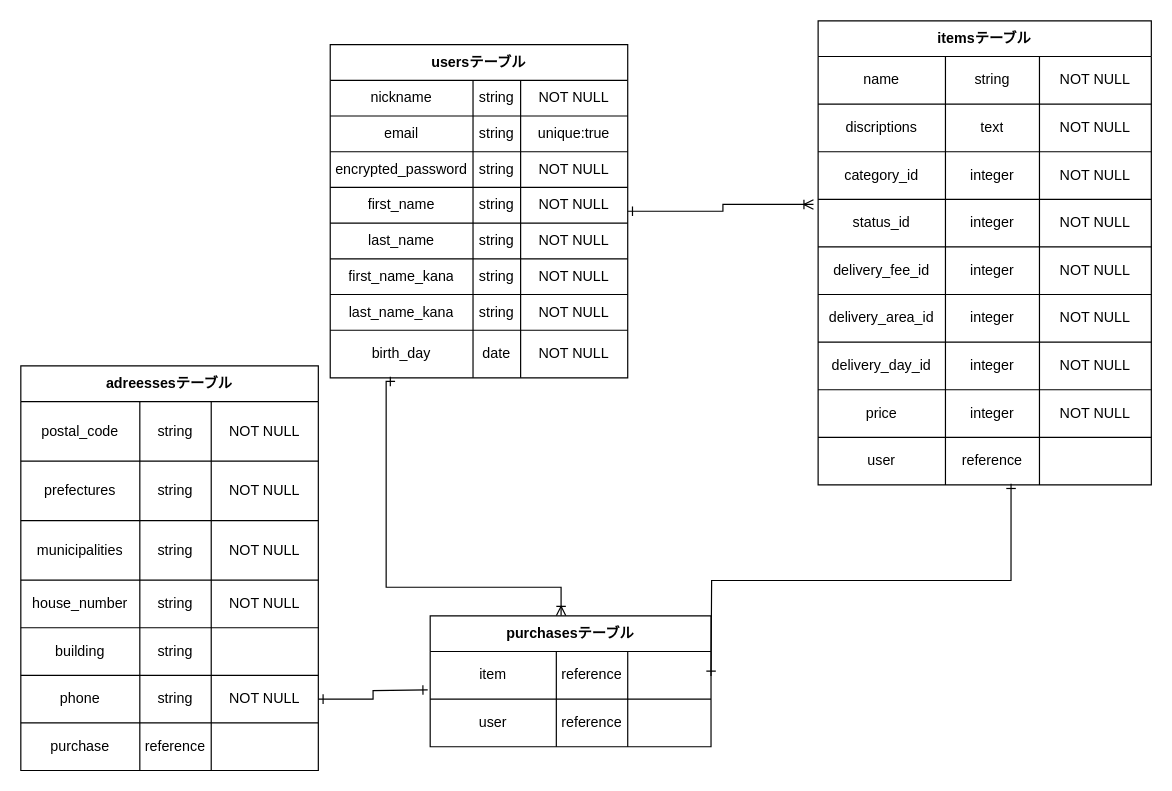
Before: furima.dio in takashi3802/furima-34451, a draw.io diagram. Source tidied: cells renumbered, new cells numbered last; positions are measured from the earlier drawing's top-left corner, leaving out a move shared by most shapes. Both pictures are drawn from the tidied source at 119%, with x=0, y=0 at pixel (20, 20).
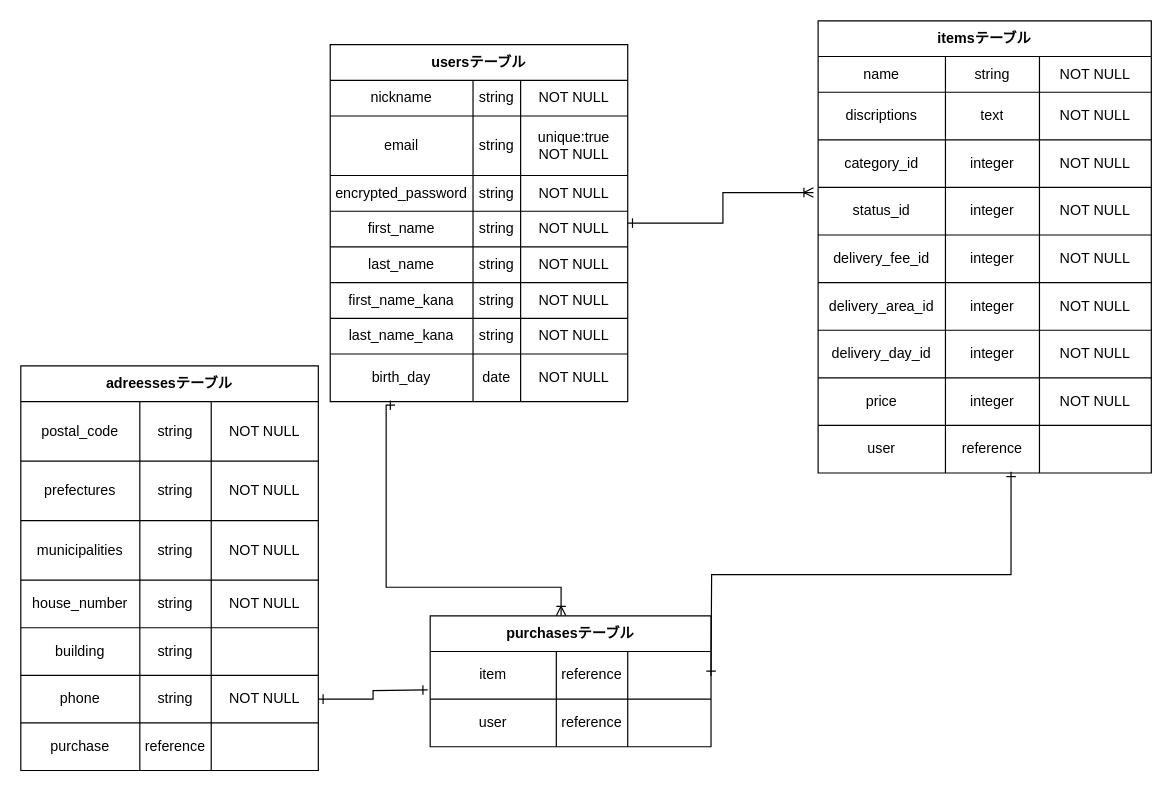
Above is the later version.

Commit message (it also covers changes not shown here):
ER図・README修正4

What changed in the source:
```diff
@@
     <mxCell id="3" value="usersテーブル" style="shape=table;html=1;whiteSpace=wrap;startSize=30;childLayout=tableLayout;fontStyle=1;align=center;" parent="1" vertex="1">
-      <mxGeometry x="260" y="20" width="250" height="280" as="geometry" />
+      <mxGeometry x="260" y="20" width="250" height="300" as="geometry" />
     </mxCell>
@@
     <mxCell id="8" style="shape=partialRectangle;html=1;whiteSpace=wrap;fillColor=none;top=0;left=0;bottom=0;right=0;" parent="3" vertex="1">
-      <mxGeometry y="60" width="250" height="30" as="geometry" />
+      <mxGeometry y="60" width="250" height="50" as="geometry" />
     </mxCell>
     <mxCell id="9" value="email" style="shape=partialRectangle;html=1;whiteSpace=wrap;fillColor=none;top=0;left=0;bottom=0;right=0;overflow=hidden;" parent="8" vertex="1">
-      <mxGeometry width="120" height="30" as="geometry" />
+      <mxGeometry width="120" height="50" as="geometry" />
     </mxCell>
     <mxCell id="10" value="string" style="shape=partialRectangle;html=1;whiteSpace=wrap;fillColor=none;top=0;left=0;bottom=0;right=0;overflow=hidden;" parent="8" vertex="1">
-      <mxGeometry x="120" width="40" height="30" as="geometry" />
+      <mxGeometry x="120" width="40" height="50" as="geometry" />
     </mxCell>
-    <mxCell id="11" value="unique:true" style="shape=partialRectangle;html=1;whiteSpace=wrap;fillColor=none;top=0;left=0;bottom=0;right=0;overflow=hidden;" parent="8" vertex="1">
-      <mxGeometry x="160" width="90" height="30" as="geometry" />
+    <mxCell id="11" value="unique:true&lt;br&gt;NOT NULL" style="shape=partialRectangle;html=1;whiteSpace=wrap;fillColor=none;top=0;left=0;bottom=0;right=0;overflow=hidden;" parent="8" vertex="1">
+      <mxGeometry x="160" width="90" height="50" as="geometry" />
     </mxCell>
     <mxCell id="12" style="shape=partialRectangle;html=1;whiteSpace=wrap;fillColor=none;top=0;left=0;bottom=0;right=0;" parent="3" vertex="1">
-      <mxGeometry y="90" width="250" height="30" as="geometry" />
+      <mxGeometry y="110" width="250" height="30" as="geometry" />
     </mxCell>
@@
     <mxCell id="16" style="shape=partialRectangle;html=1;whiteSpace=wrap;fillColor=none;top=0;left=0;bottom=0;right=0;" parent="3" vertex="1">
-      <mxGeometry y="120" width="250" height="30" as="geometry" />
+      <mxGeometry y="140" width="250" height="30" as="geometry" />
     </mxCell>
@@
     <mxCell id="20" style="shape=partialRectangle;html=1;whiteSpace=wrap;fillColor=none;top=0;left=0;bottom=0;right=0;" parent="3" vertex="1">
-      <mxGeometry y="150" width="250" height="30" as="geometry" />
+      <mxGeometry y="170" width="250" height="30" as="geometry" />
     </mxCell>
@@
     <mxCell id="24" style="shape=partialRectangle;html=1;whiteSpace=wrap;fillColor=none;top=0;left=0;bottom=0;right=0;" parent="3" vertex="1">
-      <mxGeometry y="180" width="250" height="30" as="geometry" />
+      <mxGeometry y="200" width="250" height="30" as="geometry" />
     </mxCell>
@@
     <mxCell id="28" style="shape=partialRectangle;html=1;whiteSpace=wrap;fillColor=none;top=0;left=0;bottom=0;right=0;" parent="3" vertex="1">
-      <mxGeometry y="210" width="250" height="30" as="geometry" />
+      <mxGeometry y="230" width="250" height="30" as="geometry" />
     </mxCell>
@@
     <mxCell id="32" style="shape=partialRectangle;html=1;whiteSpace=wrap;fillColor=none;top=0;left=0;bottom=0;right=0;points=[[0,0.5],[1,0.5]];portConstraint=eastwest;" parent="3" vertex="1">
-      <mxGeometry y="240" width="250" height="40" as="geometry" />
+      <mxGeometry y="260" width="250" height="40" as="geometry" />
     </mxCell>
@@
     <mxCell id="36" value="itemsテーブル" style="shape=table;html=1;whiteSpace=wrap;startSize=30;childLayout=tableLayout;fontStyle=1;align=center;" parent="1" vertex="1">
-      <mxGeometry x="670" width="280" height="390" as="geometry" />
+      <mxGeometry x="670" width="280" height="380" as="geometry" />
     </mxCell>
     <mxCell id="37" style="shape=partialRectangle;html=1;whiteSpace=wrap;fillColor=none;top=0;left=0;bottom=0;right=0;" parent="36" vertex="1">
-      <mxGeometry y="30" width="280" height="40" as="geometry" />
+      <mxGeometry y="30" width="280" height="30" as="geometry" />
     </mxCell>
     <mxCell id="38" value="name" style="shape=partialRectangle;html=1;whiteSpace=wrap;fillColor=none;top=0;left=0;bottom=0;right=0;overflow=hidden;" parent="37" vertex="1">
-      <mxGeometry width="107" height="40" as="geometry" />
+      <mxGeometry width="107" height="30" as="geometry" />
     </mxCell>
     <mxCell id="39" value="string" style="shape=partialRectangle;html=1;whiteSpace=wrap;fillColor=none;top=0;left=0;bottom=0;right=0;overflow=hidden;" parent="37" vertex="1">
-      <mxGeometry x="107" width="79" height="40" as="geometry" />
+      <mxGeometry x="107" width="79" height="30" as="geometry" />
     </mxCell>
     <mxCell id="40" value="NOT NULL" style="shape=partialRectangle;html=1;whiteSpace=wrap;fillColor=none;top=0;left=0;bottom=0;right=0;overflow=hidden;" parent="37" vertex="1">
-      <mxGeometry x="186" width="94" height="40" as="geometry" />
+      <mxGeometry x="186" width="94" height="30" as="geometry" />
     </mxCell>
     <mxCell id="41" style="shape=partialRectangle;html=1;whiteSpace=wrap;fillColor=none;top=0;left=0;bottom=0;right=0;" parent="36" vertex="1">
-      <mxGeometry y="70" width="280" height="40" as="geometry" />
+      <mxGeometry y="60" width="280" height="40" as="geometry" />
     </mxCell>
@@
     <mxCell id="45" style="shape=partialRectangle;html=1;whiteSpace=wrap;fillColor=none;top=0;left=0;bottom=0;right=0;" parent="36" vertex="1">
-      <mxGeometry y="110" width="280" height="40" as="geometry" />
+      <mxGeometry y="100" width="280" height="40" as="geometry" />
     </mxCell>
@@
     <mxCell id="49" style="shape=partialRectangle;html=1;whiteSpace=wrap;fillColor=none;top=0;left=0;bottom=0;right=0;points=[[0,0.5],[1,0.5]];portConstraint=eastwest;" parent="36" vertex="1">
-      <mxGeometry y="150" width="280" height="40" as="geometry" />
+      <mxGeometry y="140" width="280" height="40" as="geometry" />
     </mxCell>
@@
     <mxCell id="53" style="shape=partialRectangle;html=1;whiteSpace=wrap;fillColor=none;top=0;left=0;bottom=0;right=0;" parent="36" vertex="1">
-      <mxGeometry y="190" width="280" height="40" as="geometry" />
+      <mxGeometry y="180" width="280" height="40" as="geometry" />
     </mxCell>
@@
     <mxCell id="57" style="shape=partialRectangle;html=1;whiteSpace=wrap;fillColor=none;top=0;left=0;bottom=0;right=0;" parent="36" vertex="1">
-      <mxGeometry y="230" width="280" height="40" as="geometry" />
+      <mxGeometry y="220" width="280" height="40" as="geometry" />
     </mxCell>
@@
     <mxCell id="61" style="shape=partialRectangle;html=1;whiteSpace=wrap;fillColor=none;top=0;left=0;bottom=0;right=0;" parent="36" vertex="1">
-      <mxGeometry y="270" width="280" height="40" as="geometry" />
+      <mxGeometry y="260" width="280" height="40" as="geometry" />
     </mxCell>
@@
     <mxCell id="65" style="shape=partialRectangle;html=1;whiteSpace=wrap;fillColor=none;top=0;left=0;bottom=0;right=0;" parent="36" vertex="1">
-      <mxGeometry y="310" width="280" height="40" as="geometry" />
+      <mxGeometry y="300" width="280" height="40" as="geometry" />
     </mxCell>
@@
     <mxCell id="70" style="shape=partialRectangle;html=1;whiteSpace=wrap;fillColor=none;top=0;left=0;bottom=0;right=0;points=[[0,0.5],[1,0.5]];portConstraint=eastwest;" parent="36" vertex="1">
-      <mxGeometry y="350" width="280" height="40" as="geometry" />
+      <mxGeometry y="340" width="280" height="40" as="geometry" />
     </mxCell>
```
